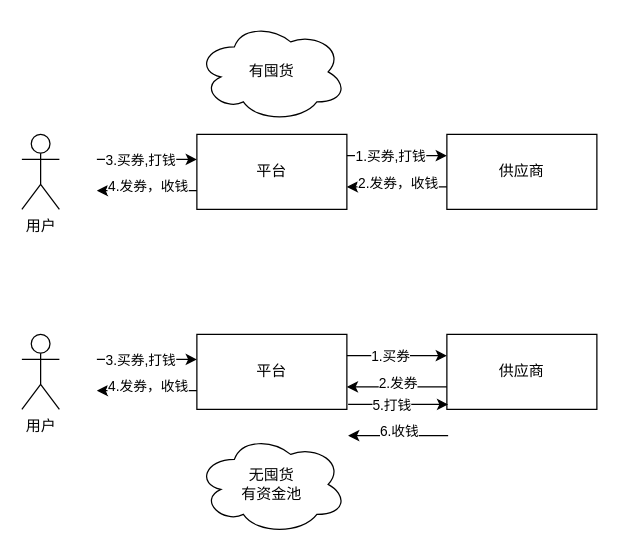
Earlier version of the draw.io diagram page "accounting" (4 of 4) of js/strategyrTree.drawio (feiaaa/a-python-proj-crawler). Source tidied: cells renumbered, new cells numbered last; positions are measured from the earlier drawing's top-left corner, leaving out a move shared by most shapes. Both pictures are drawn from the tidied source at 125%, with x=0, y=0 at pixel (21, 21).
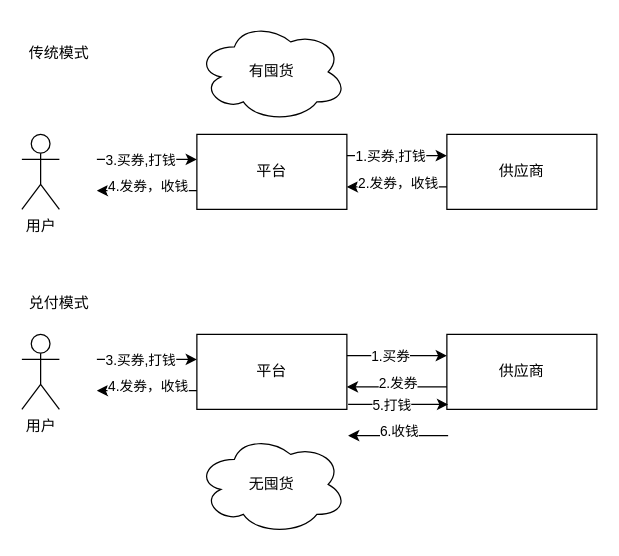
The same page after the edit.

The edit, as a diff of the source:
```diff
@@
-    <mxCell id="29" value="无囤货&lt;div&gt;有资金池&lt;/div&gt;" style="ellipse;shape=cloud;whiteSpace=wrap;html=1;" parent="1" vertex="1">
+    <mxCell id="29" value="无囤货" style="ellipse;shape=cloud;whiteSpace=wrap;html=1;" parent="1" vertex="1">
       <mxGeometry x="140" y="330" width="120" height="80" as="geometry" />
     </mxCell>
+    <mxCell id="30" value="传统模式" style="text;html=1;align=center;verticalAlign=middle;whiteSpace=wrap;rounded=0;" parent="1" vertex="1">
+      <mxGeometry y="10" width="60" height="30" as="geometry" />
+    </mxCell>
+    <mxCell id="31" value="兑付模式" style="text;html=1;align=center;verticalAlign=middle;whiteSpace=wrap;rounded=0;" parent="1" vertex="1">
+      <mxGeometry y="210" width="60" height="30" as="geometry" />
+    </mxCell>
```
